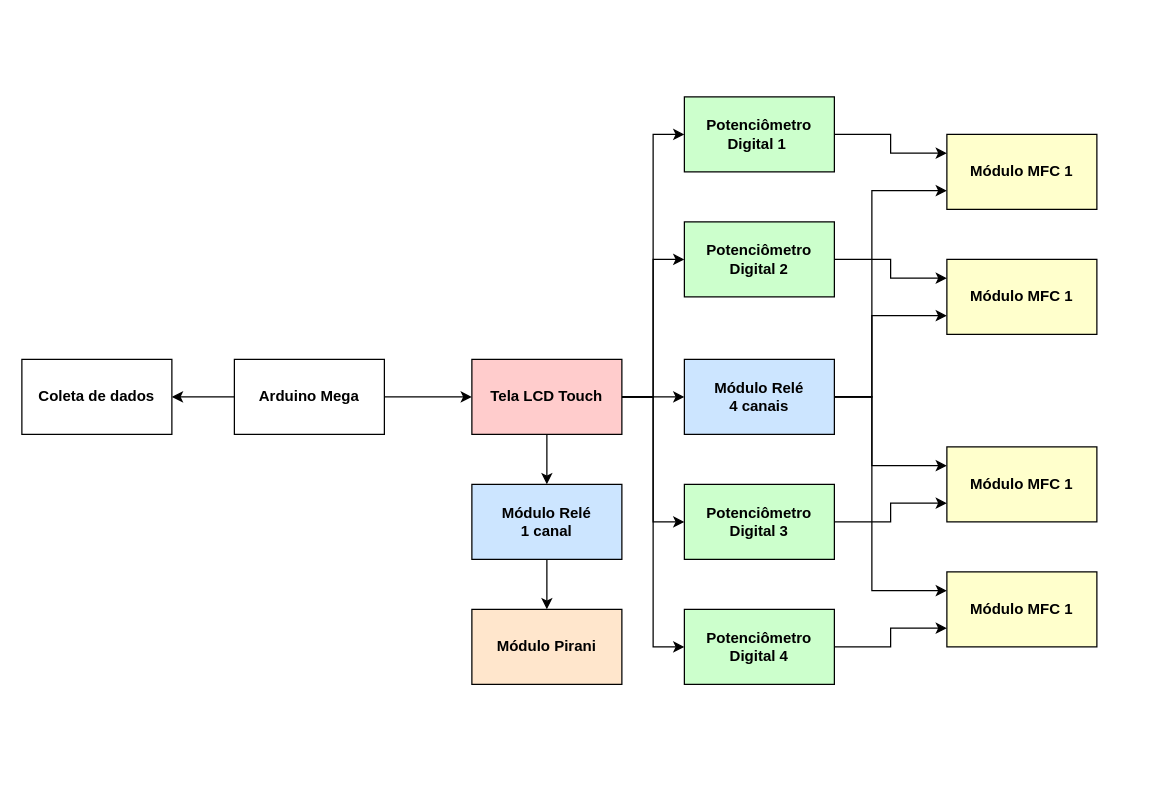
Above: Flow_overview.drawio in LincolnG4/Flow-and-Pressure-Controller (draw.io), before the change. Source tidied: cells renumbered, new cells numbered last; positions are measured from the earlier drawing's top-left corner, leaving out a move shared by most shapes. Both pictures are drawn from the tidied source at 125%, with x=0, y=0 at pixel (21, 96).
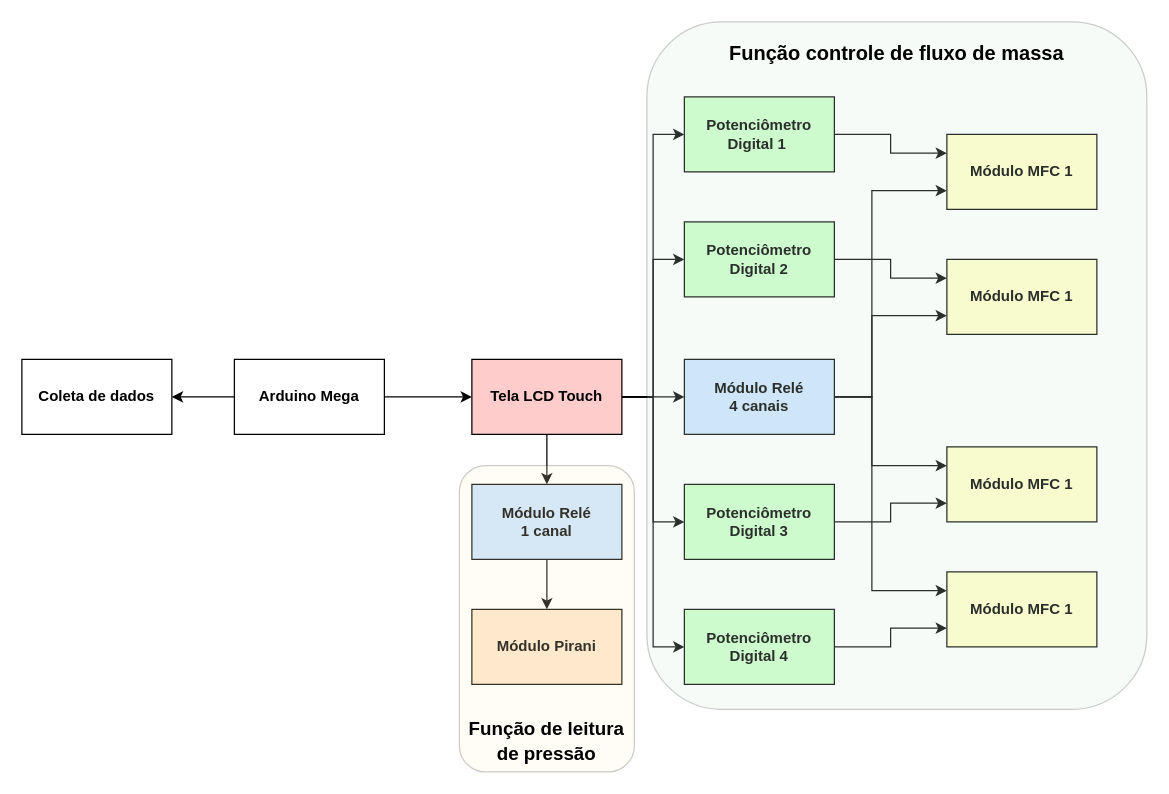
The same page after the edit.

What changed in the source:
```diff
@@
+    <mxCell id="33" style="rounded=1;whiteSpace=wrap;html=1;fillColor=#D5E8D4;strokeColor=default;fontColor=default;opacity=20;labelPosition=center;verticalLabelPosition=top;align=center;verticalAlign=bottom;" parent="1" vertex="1">
+      <mxGeometry x="500" y="-60" width="400" height="550" as="geometry" />
+    </mxCell>
+    <mxCell id="34" value="Função controle de fluxo de massa" style="text;html=1;strokeColor=none;fillColor=none;align=center;verticalAlign=middle;whiteSpace=wrap;rounded=0;labelBackgroundColor=none;fontColor=default;opacity=20;fontStyle=1;fontSize=16;" parent="1" vertex="1">
+      <mxGeometry x="500" y="-50" width="400" height="30" as="geometry" />
+    </mxCell>
+    <mxCell id="35" style="rounded=1;whiteSpace=wrap;html=1;fillColor=#FFF2CC;strokeColor=default;fontColor=default;opacity=20;labelPosition=center;verticalLabelPosition=top;align=center;verticalAlign=bottom;" parent="1" vertex="1">
+      <mxGeometry x="350" y="295" width="140" height="245" as="geometry" />
+    </mxCell>
+    <mxCell id="36" value="&lt;font style=&quot;font-size: 15px&quot;&gt;Função de leitura &lt;br&gt;de pressão&lt;/font&gt;" style="text;html=1;strokeColor=none;fillColor=none;align=center;verticalAlign=middle;whiteSpace=wrap;rounded=0;labelBackgroundColor=none;fontColor=default;opacity=20;fontStyle=1;fontSize=16;" parent="1" vertex="1">
+      <mxGeometry x="350" y="500" width="140" height="30" as="geometry" />
+    </mxCell>
```
